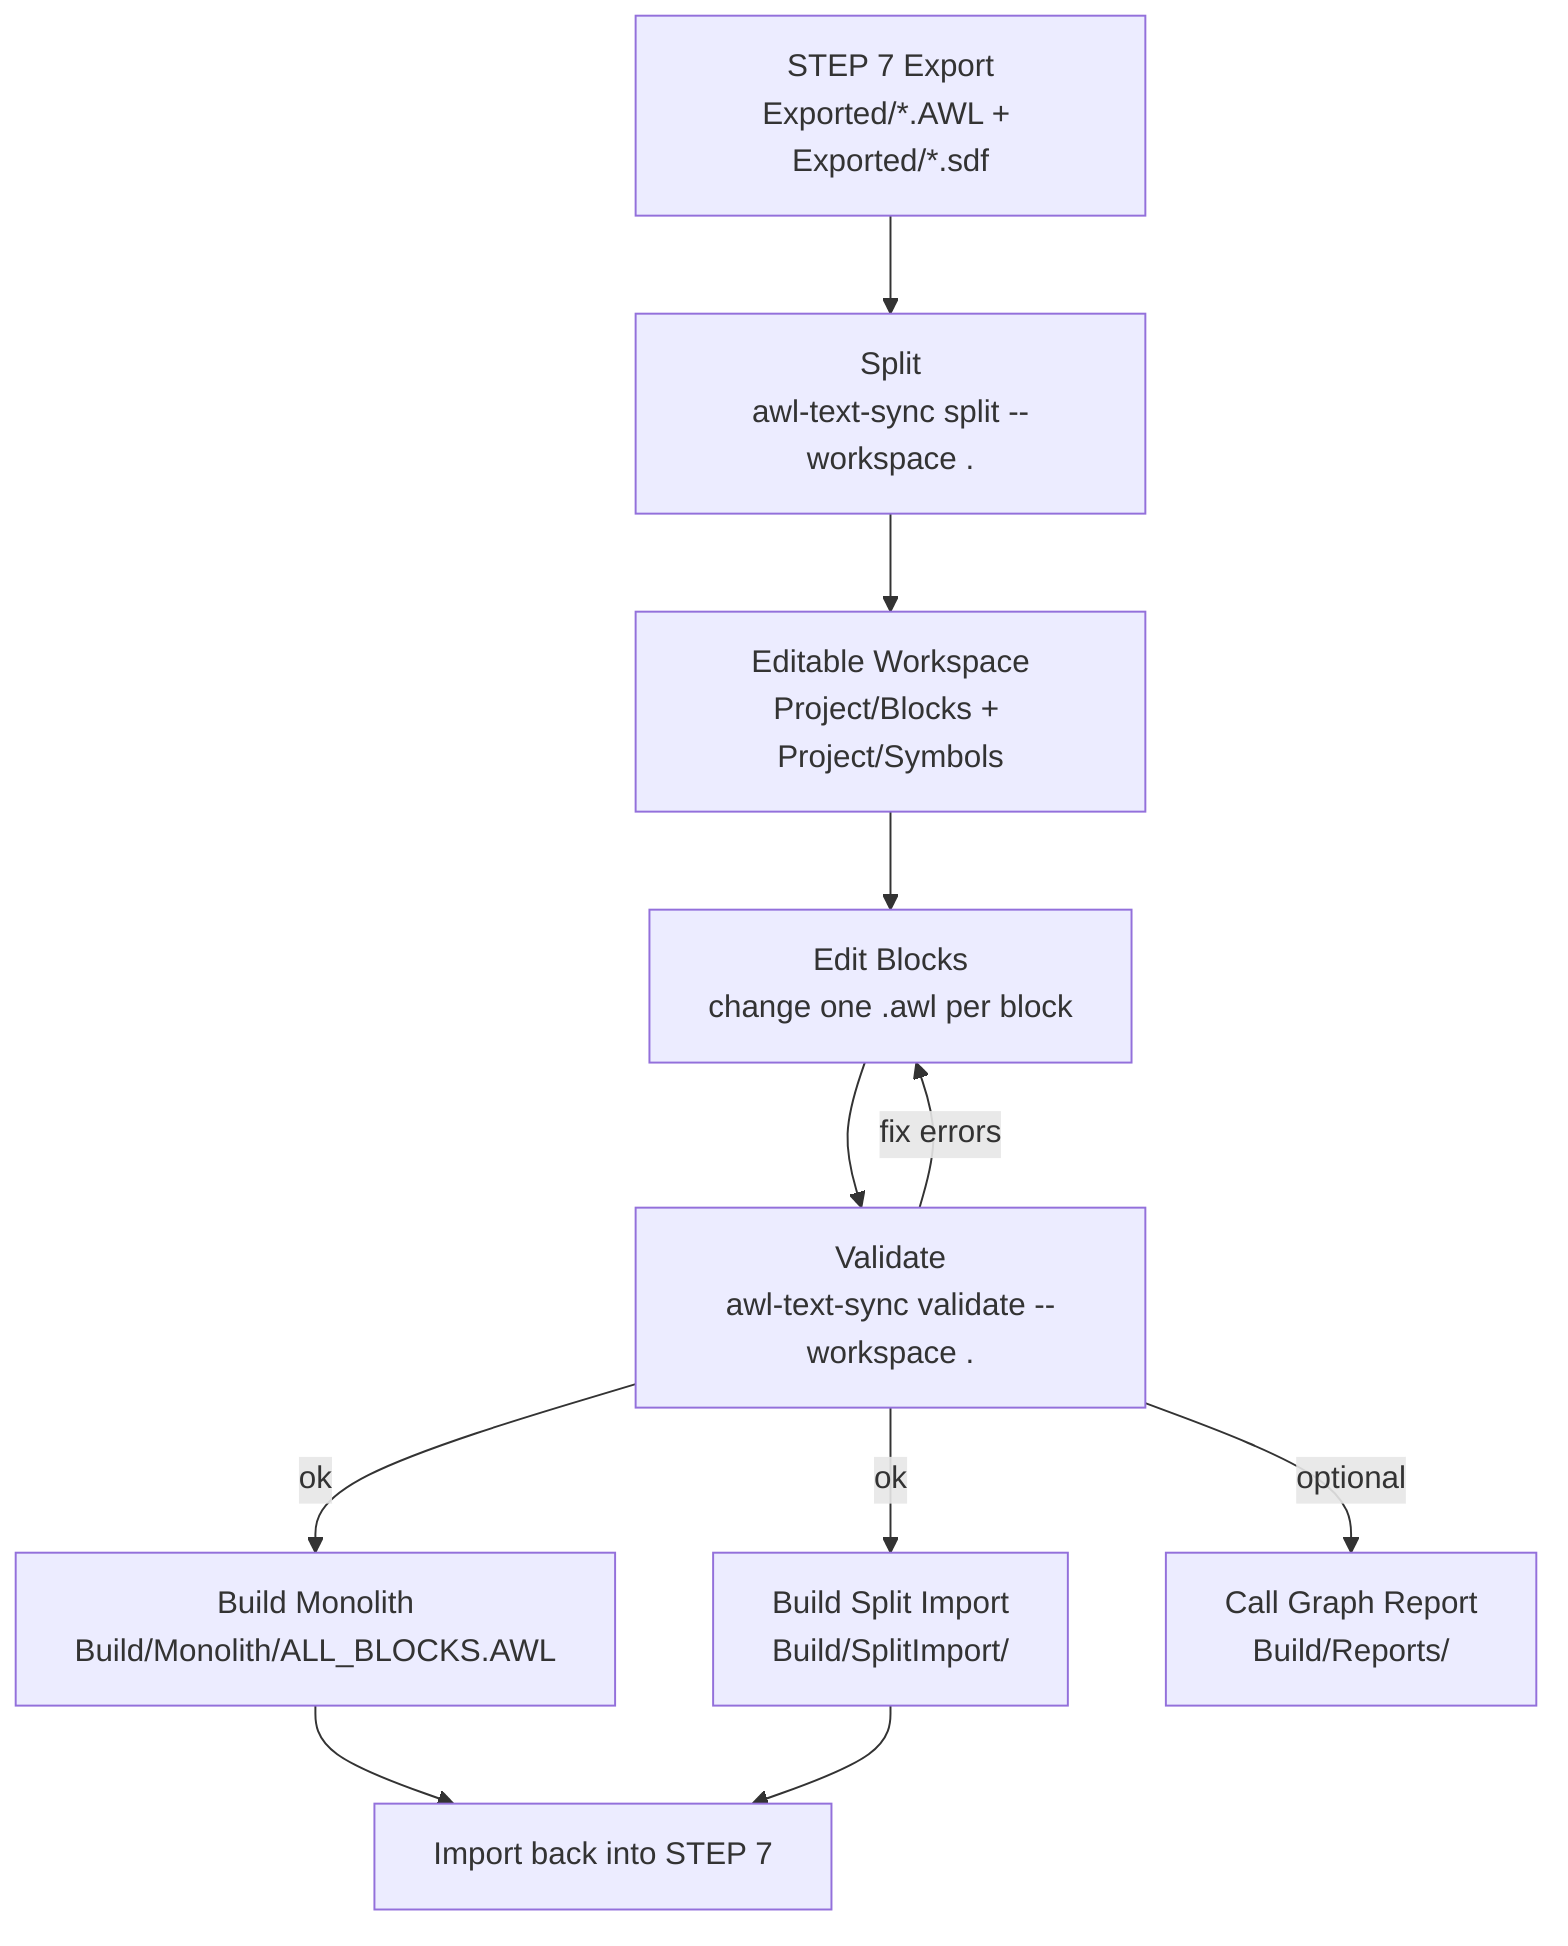
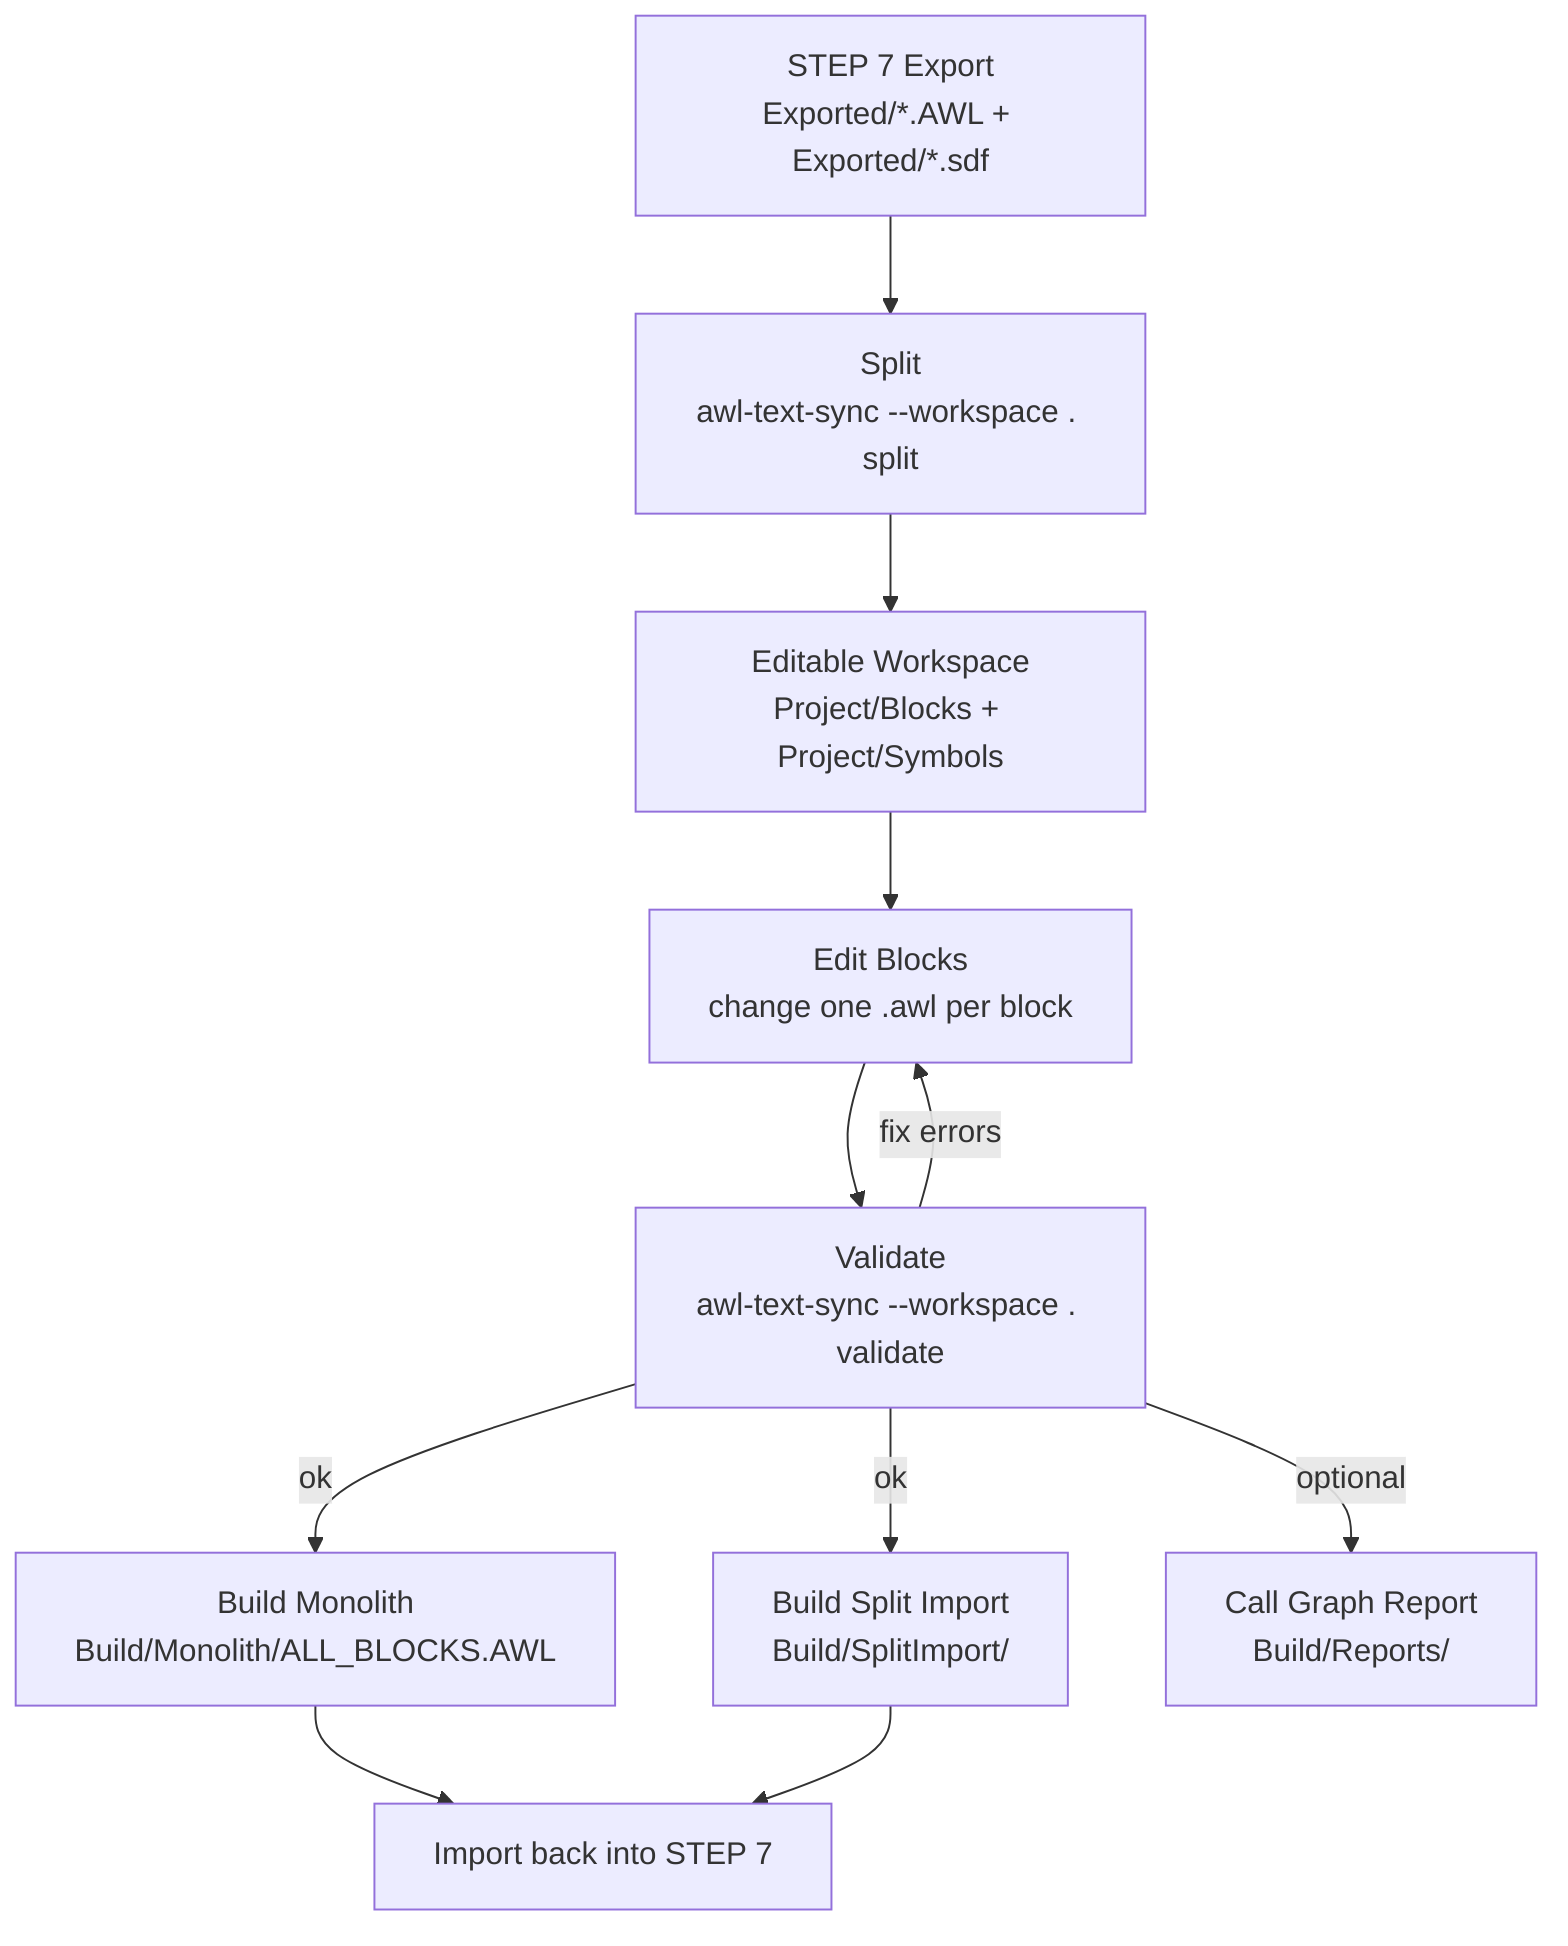
flowchart TD
-     A["STEP 7 Export<br/>Exported/*.AWL + Exported/*.sdf"] --> B["Split<br/>awl-text-sync split --workspace ."]
+     A["STEP 7 Export<br/>Exported/*.AWL + Exported/*.sdf"] --> B["Split<br/>awl-text-sync --workspace . split"]
    B --> C["Editable Workspace<br/>Project/Blocks + Project/Symbols"]
    C --> D["Edit Blocks<br/>change one .awl per block"]
-     D --> E["Validate<br/>awl-text-sync validate --workspace ."]
+     D --> E["Validate<br/>awl-text-sync --workspace . validate"]

    E -->|ok| F["Build Monolith<br/>Build/Monolith/ALL_BLOCKS.AWL"]
    E -->|ok| G["Build Split Import<br/>Build/SplitImport/"]
    E -->|optional| H["Call Graph Report<br/>Build/Reports/"]
    E -->|fix errors| D

    F --> I["Import back into STEP 7"]
    G --> I
